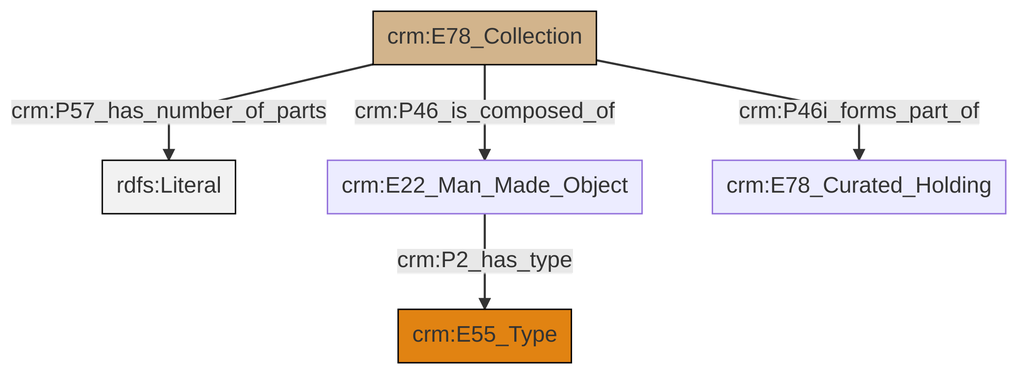
This is et/archivalCSV/ttl/mmd/png/archival_parthood.png from swiss-art-research-net/docs.swissartresearch, a Mermaid export, as it was before one commit. Its source is kept beside it as et/archivalCSV/ttl/mmd/archival_parthood.ttl.mmd.
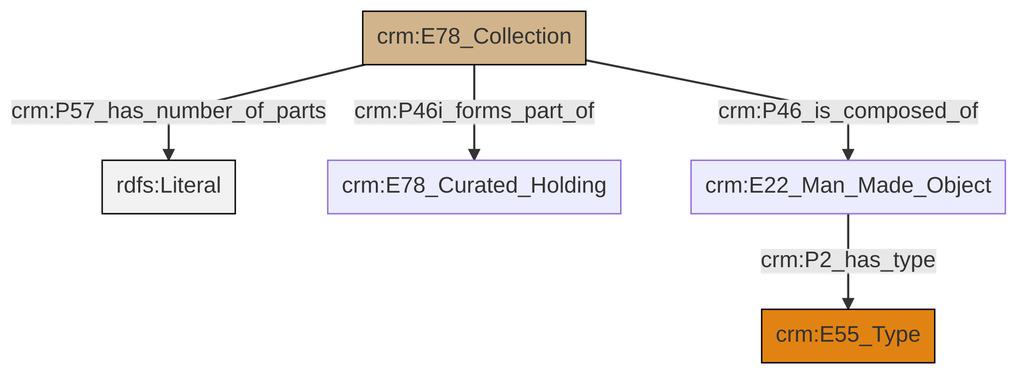
The same diagram one commit later.

Change to the diagram source:
```diff
@@ -13,7 +13,7 @@
 classDef PC_Classes fill:#4ce600, stroke:#000000;
 classDef Multi fill:#cccccc,stroke:#000000;
 
-0["crm:E78_Collection"]:::Physical_Thing -->|crm:P57_has_number_of_parts| 1[rdfs:Literal]:::Literal
-0["crm:E78_Collection"]:::Physical_Thing -->|crm:P46_is_composed_of| 2["crm:E22_Man_Made_Object"]:::Default
-0["crm:E78_Collection"]:::Physical_Thing -->|crm:P46i_forms_part_of| 3["crm:E78_Curated_Holding"]:::Default
-2["crm:E22_Man_Made_Object"]:::Default -->|crm:P2_has_type| 4["crm:E55_Type"]:::Type
+2["crm:E78_Collection"]:::Physical_Thing -->|crm:P57_has_number_of_parts| 3[rdfs:Literal]:::Literal
+6["crm:E22_Man_Made_Object"]:::Default -->|crm:P2_has_type| 0["crm:E55_Type"]:::Type
+2["crm:E78_Collection"]:::Physical_Thing -->|crm:P46_is_composed_of| 6["crm:E22_Man_Made_Object"]:::Default
+2["crm:E78_Collection"]:::Physical_Thing -->|crm:P46i_forms_part_of| 4["crm:E78_Curated_Holding"]:::Default
```
